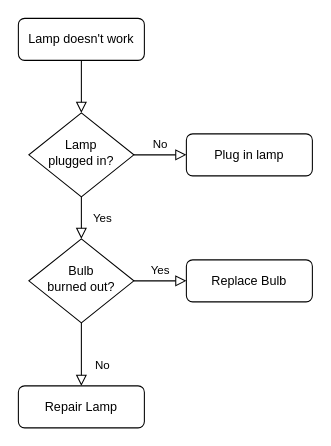
This is Untitled Diagram.drawio from SNOW-PIERCER/diagram, a draw.io file, before an edit. Source tidied: cells renumbered, new cells numbered last; positions are measured from the earlier drawing's top-left corner, leaving out a move shared by most shapes. Both pictures are drawn from the tidied source at 105%, with x=0, y=0 at pixel (18, 18).
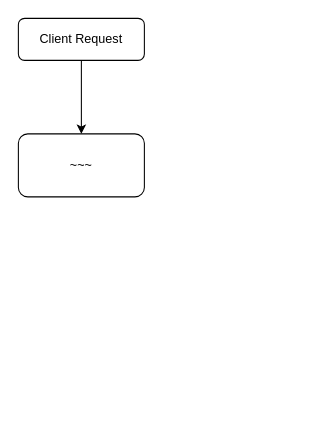
After the change.

What changed in the source:
```diff
@@
 <mxGraphModel>
   <root>
     <mxCell id="0" />
     <mxCell id="1" parent="0" />
-    <mxCell id="2" style="rounded=0;html=1;jettySize=auto;fontSize=11;endArrow=block;endFill=0;endSize=8;strokeWidth=1;shadow=0;labelBackgroundColor=none;edgeStyle=orthogonalEdgeStyle;" parent="1" edge="1" source="3" target="6">
-      <mxGeometry relative="1" as="geometry" />
-    </mxCell>
+    <mxCell id="13" style="edgeStyle=orthogonalEdgeStyle;rounded=0;jettySize=auto;html=1;" parent="1" edge="1" source="3" target="14">
+      <mxGeometry relative="1" as="geometry" />
+    </mxCell>
-    <mxCell id="3" value="Lamp doesn't work" style="rounded=1;whiteSpace=wrap;html=1;fontSize=12;glass=0;strokeWidth=1;shadow=0;" parent="1" vertex="1">
+    <mxCell id="3" value="Client Request" style="rounded=1;whiteSpace=wrap;html=1;fontSize=12;glass=0;strokeWidth=1;shadow=0;" parent="1" vertex="1">
       <mxGeometry width="120" height="40" as="geometry" />
     </mxCell>
-    <mxCell id="4" value="Yes" style="rounded=0;html=1;jettySize=auto;fontSize=11;endArrow=block;endFill=0;endSize=8;strokeWidth=1;shadow=0;labelBackgroundColor=none;edgeStyle=orthogonalEdgeStyle;" parent="1" edge="1" source="6" target="10">
-      <mxGeometry y="20" relative="1" as="geometry" />
-    </mxCell>
-    <mxCell id="5" value="No" style="edgeStyle=orthogonalEdgeStyle;rounded=0;html=1;jettySize=auto;fontSize=11;endArrow=block;endFill=0;endSize=8;strokeWidth=1;shadow=0;labelBackgroundColor=none;" parent="1" edge="1" source="6" target="7">
-      <mxGeometry y="10" relative="1" as="geometry" />
-    </mxCell>
-    <mxCell id="6" value="Lamp&lt;br&gt;plugged in?" style="rhombus;whiteSpace=wrap;html=1;shadow=0;fontFamily=Helvetica;fontSize=12;align=center;strokeWidth=1;spacing=6;spacingTop=-4;" parent="1" vertex="1">
-      <mxGeometry x="10" y="90" width="100" height="80" as="geometry" />
-    </mxCell>
-    <mxCell id="7" value="Plug in lamp" style="rounded=1;whiteSpace=wrap;html=1;fontSize=12;glass=0;strokeWidth=1;shadow=0;" parent="1" vertex="1">
-      <mxGeometry x="160" y="110" width="120" height="40" as="geometry" />
-    </mxCell>
-    <mxCell id="8" value="No" style="rounded=0;html=1;jettySize=auto;fontSize=11;endArrow=block;endFill=0;endSize=8;strokeWidth=1;shadow=0;labelBackgroundColor=none;edgeStyle=orthogonalEdgeStyle;" parent="1" edge="1" source="10" target="11">
-      <mxGeometry x="0.33" y="20" relative="1" as="geometry" />
-    </mxCell>
-    <mxCell id="9" value="Yes" style="edgeStyle=orthogonalEdgeStyle;rounded=0;html=1;jettySize=auto;fontSize=11;endArrow=block;endFill=0;endSize=8;strokeWidth=1;shadow=0;labelBackgroundColor=none;" parent="1" edge="1" source="10" target="12">
-      <mxGeometry y="10" relative="1" as="geometry" />
-    </mxCell>
-    <mxCell id="10" value="Bulb&lt;br&gt;burned out?" style="rhombus;whiteSpace=wrap;html=1;shadow=0;fontFamily=Helvetica;fontSize=12;align=center;strokeWidth=1;spacing=6;spacingTop=-4;" parent="1" vertex="1">
-      <mxGeometry x="10" y="210" width="100" height="80" as="geometry" />
-    </mxCell>
-    <mxCell id="11" value="Repair Lamp" style="rounded=1;whiteSpace=wrap;html=1;fontSize=12;glass=0;strokeWidth=1;shadow=0;" parent="1" vertex="1">
-      <mxGeometry y="350" width="120" height="40" as="geometry" />
-    </mxCell>
-    <mxCell id="12" value="Replace Bulb" style="rounded=1;whiteSpace=wrap;html=1;fontSize=12;glass=0;strokeWidth=1;shadow=0;" parent="1" vertex="1">
-      <mxGeometry x="160" y="230" width="120" height="40" as="geometry" />
-    </mxCell>
+    <mxCell id="14" value="~~~" style="whiteSpace=wrap;html=1;rounded=1;shadow=0;strokeWidth=1;glass=0;" parent="1" vertex="1">
+      <mxGeometry y="110" width="120" height="60" as="geometry" />
+    </mxCell>
   </root>
 </mxGraphModel>
```
